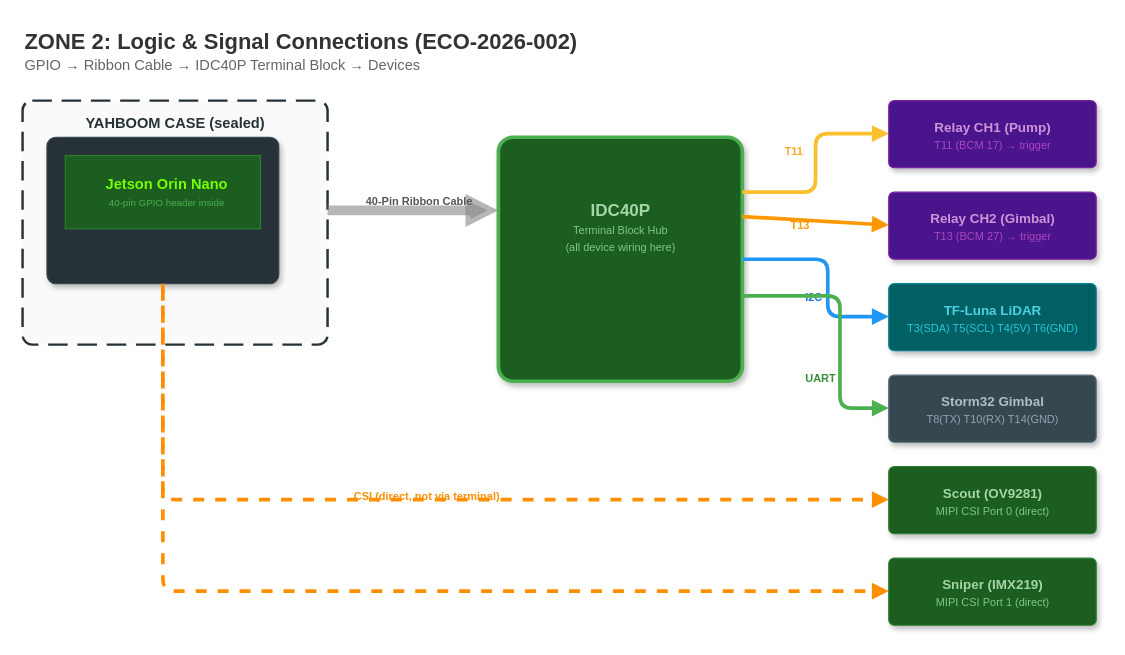
Above: diagrams/zone2_logic.drawio in main-salman/dropMosquitoes (draw.io), before the change. Source tidied: cells renumbered, new cells numbered last; positions are measured from the earlier drawing's top-left corner, leaving out a move shared by most shapes. Both pictures are drawn from the tidied source at 122%, with x=0, y=0 at pixel (22, 21).
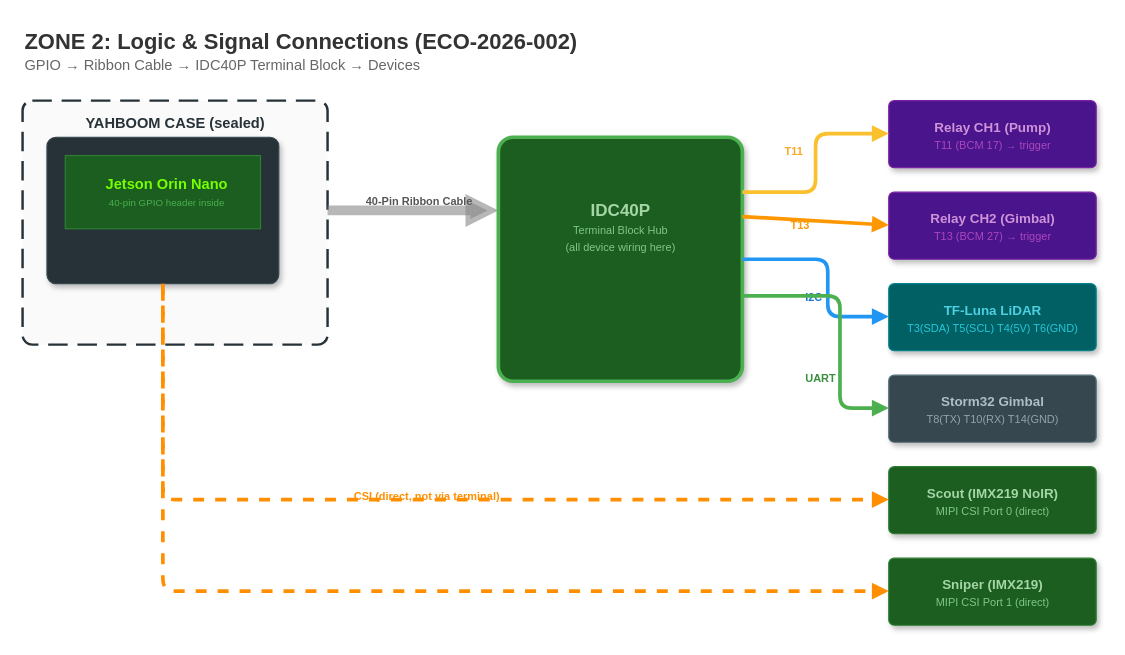
Above is the later version.

What changed in the source:
```diff
@@
-    <mxCell id="21" value="&lt;b style='color:#A5D6A7;font-size:11px'&gt;Scout (OV9281)&lt;/b&gt;&lt;br&gt;&lt;span style='color:#81C784;font-size:9px'&gt;MIPI CSI Port 0 (direct)&lt;/span&gt;" style="text;html=1;align=center;" parent="1" vertex="1">
+    <mxCell id="21" value="&lt;b style='color:#A5D6A7;font-size:11px'&gt;Scout (IMX219 NoIR)&lt;/b&gt;&lt;br&gt;&lt;span style='color:#81C784;font-size:9px'&gt;MIPI CSI Port 0 (direct)&lt;/span&gt;" style="text;html=1;align=center;" parent="1" vertex="1">
       <mxGeometry x="720" y="373" width="150" height="25" as="geometry" />
     </mxCell>
```
